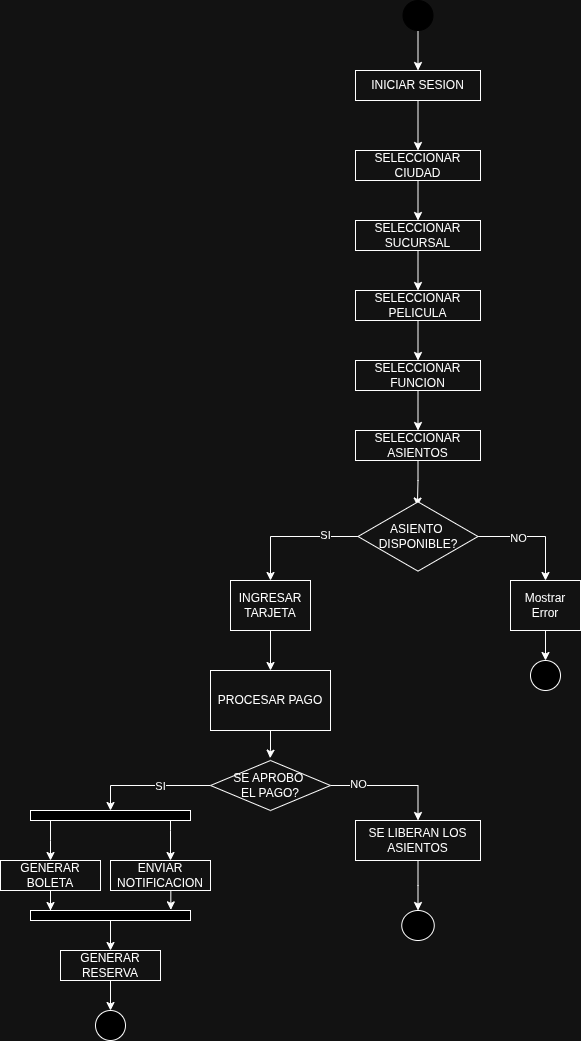
Above: Practica1/Doc/Diagramas_Actividades/DiagramaActividades.png in matiuuh/SA_PRACTICA_G10 (draw.io), before the change. Source tidied: cells renumbered, new cells last; positions are measured from the earlier drawing's top-left corner, leaving out a move shared by most shapes. Source of this version:
```xml
<mxGraphModel>
  <root>
    <mxCell id="0" />
    <mxCell id="1" parent="0" />
    <mxCell id="2" style="edgeStyle=orthogonalEdgeStyle;rounded=0;jettySize=auto;html=1;entryX=0.5;entryY=0;entryDx=0;entryDy=0;" parent="1" edge="1" source="3" target="5">
      <mxGeometry relative="1" as="geometry" />
    </mxCell>
    <mxCell id="3" style="ellipse;whiteSpace=wrap;html=1;fillColor=light-dark(#FFFFFF,#000000);strokeColor=light-dark(#FFFFFF,#000000);" parent="1" vertex="1">
      <mxGeometry x="402.5" width="30" height="30" as="geometry" />
    </mxCell>
    <mxCell id="4" style="edgeStyle=orthogonalEdgeStyle;rounded=0;jettySize=auto;html=1;entryX=0.5;entryY=0;entryDx=0;entryDy=0;" parent="1" edge="1" source="5" target="7">
      <mxGeometry relative="1" as="geometry" />
    </mxCell>
    <mxCell id="5" value="INICIAR SESION" style="rounded=0;whiteSpace=wrap;html=1;" parent="1" vertex="1">
      <mxGeometry x="355" y="70" width="125" height="30" as="geometry" />
    </mxCell>
    <mxCell id="6" style="edgeStyle=orthogonalEdgeStyle;rounded=0;jettySize=auto;html=1;" parent="1" edge="1" source="7" target="9">
      <mxGeometry relative="1" as="geometry" />
    </mxCell>
    <mxCell id="7" value="SELECCIONAR CIUDAD" style="whiteSpace=wrap;html=1;rounded=0;" parent="1" vertex="1">
      <mxGeometry x="355" y="150" width="125" height="30" as="geometry" />
    </mxCell>
    <mxCell id="8" style="edgeStyle=orthogonalEdgeStyle;rounded=0;jettySize=auto;html=1;" parent="1" edge="1" source="9" target="11">
      <mxGeometry relative="1" as="geometry" />
    </mxCell>
    <mxCell id="9" value="SELECCIONAR SUCURSAL" style="whiteSpace=wrap;html=1;rounded=0;" parent="1" vertex="1">
      <mxGeometry x="355" y="220" width="125" height="30" as="geometry" />
    </mxCell>
    <mxCell id="10" style="edgeStyle=orthogonalEdgeStyle;rounded=0;jettySize=auto;html=1;" parent="1" edge="1" source="11" target="13">
      <mxGeometry relative="1" as="geometry" />
    </mxCell>
    <mxCell id="11" value="SELECCIONAR PELICULA" style="whiteSpace=wrap;html=1;rounded=0;" parent="1" vertex="1">
      <mxGeometry x="355" y="290" width="125" height="30" as="geometry" />
    </mxCell>
    <mxCell id="12" style="edgeStyle=orthogonalEdgeStyle;rounded=0;jettySize=auto;html=1;" parent="1" edge="1" source="13" target="15">
      <mxGeometry relative="1" as="geometry" />
    </mxCell>
    <mxCell id="13" value="SELECCIONAR FUNCION" style="whiteSpace=wrap;html=1;rounded=0;" parent="1" vertex="1">
      <mxGeometry x="355" y="360" width="125" height="30" as="geometry" />
    </mxCell>
    <mxCell id="14" style="edgeStyle=orthogonalEdgeStyle;rounded=0;jettySize=auto;html=1;entryX=0.495;entryY=0.077;entryDx=0;entryDy=0;entryPerimeter=0;" parent="1" edge="1" source="15" target="20">
      <mxGeometry relative="1" as="geometry" />
    </mxCell>
    <mxCell id="15" value="SELECCIONAR ASIENTOS" style="whiteSpace=wrap;html=1;rounded=0;" parent="1" vertex="1">
      <mxGeometry x="355" y="430" width="125" height="30" as="geometry" />
    </mxCell>
    <mxCell id="16" style="edgeStyle=orthogonalEdgeStyle;rounded=0;jettySize=auto;html=1;" parent="1" edge="1" source="20" target="22">
      <mxGeometry relative="1" as="geometry" />
    </mxCell>
    <mxCell id="17" value="NO" style="edgeLabel;html=1;align=center;verticalAlign=middle;" parent="16" vertex="1">
      <mxGeometry x="-0.29" y="-2" relative="1" as="geometry" />
    </mxCell>
    <mxCell id="18" style="edgeStyle=orthogonalEdgeStyle;rounded=0;jettySize=auto;html=1;" parent="1" edge="1" source="20" target="25">
      <mxGeometry relative="1" as="geometry" />
    </mxCell>
    <mxCell id="19" value="SI" style="edgeLabel;html=1;align=center;verticalAlign=middle;" parent="18" vertex="1">
      <mxGeometry x="-0.51" y="-1" relative="1" as="geometry" />
    </mxCell>
    <mxCell id="20" value="ASIENTO&amp;nbsp;&lt;div&gt;DISPONIBLE?&lt;/div&gt;" style="html=1;whiteSpace=wrap;shape=isoRectangle;" parent="1" vertex="1">
      <mxGeometry x="357.5" y="500" width="120" height="72" as="geometry" />
    </mxCell>
    <mxCell id="21" style="edgeStyle=orthogonalEdgeStyle;rounded=0;jettySize=auto;html=1;exitX=0.5;exitY=1;exitDx=0;exitDy=0;entryX=0.5;entryY=0;entryDx=0;entryDy=0;" parent="1" edge="1" source="22" target="23">
      <mxGeometry relative="1" as="geometry" />
    </mxCell>
    <mxCell id="22" value="Mostrar Error" style="whiteSpace=wrap;html=1;" parent="1" vertex="1">
      <mxGeometry x="510" y="580" width="70" height="50" as="geometry" />
    </mxCell>
    <mxCell id="23" style="ellipse;whiteSpace=wrap;html=1;fillColor=light-dark(#FFFFFF,#000000);strokeColor=light-dark(#FFFFFF,#FFFFFF);" parent="1" vertex="1">
      <mxGeometry x="530" y="660" width="30" height="30" as="geometry" />
    </mxCell>
    <mxCell id="24" style="edgeStyle=orthogonalEdgeStyle;rounded=0;jettySize=auto;html=1;" parent="1" edge="1" source="25" target="26">
      <mxGeometry relative="1" as="geometry" />
    </mxCell>
    <mxCell id="25" value="INGRESAR TARJETA" style="whiteSpace=wrap;html=1;" parent="1" vertex="1">
      <mxGeometry x="230" y="580" width="80" height="50" as="geometry" />
    </mxCell>
    <mxCell id="26" value="PROCESAR PAGO" style="whiteSpace=wrap;html=1;" parent="1" vertex="1">
      <mxGeometry x="210" y="670" width="120" height="60" as="geometry" />
    </mxCell>
    <mxCell id="27" style="edgeStyle=orthogonalEdgeStyle;rounded=0;jettySize=auto;html=1;" parent="1" edge="1" source="31" target="34">
      <mxGeometry relative="1" as="geometry">
        <Array as="points">
          <mxPoint x="110" y="785" />
        </Array>
      </mxGeometry>
    </mxCell>
    <mxCell id="28" value="SI" style="edgeLabel;html=1;align=center;verticalAlign=middle;" parent="27" vertex="1">
      <mxGeometry x="-0.19" y="1" relative="1" as="geometry" />
    </mxCell>
    <mxCell id="29" style="edgeStyle=orthogonalEdgeStyle;rounded=0;jettySize=auto;html=1;" parent="1" edge="1" source="31" target="44">
      <mxGeometry relative="1" as="geometry" />
    </mxCell>
    <mxCell id="30" value="NO" style="edgeLabel;html=1;align=center;verticalAlign=middle;" parent="29" vertex="1">
      <mxGeometry x="-0.55" y="1" relative="1" as="geometry" />
    </mxCell>
    <mxCell id="31" value="SE APROBO&amp;nbsp;&lt;div&gt;EL PAGO?&lt;/div&gt;" style="rhombus;whiteSpace=wrap;html=1;" parent="1" vertex="1">
      <mxGeometry x="210" y="760" width="120" height="50" as="geometry" />
    </mxCell>
    <mxCell id="32" style="edgeStyle=orthogonalEdgeStyle;rounded=0;jettySize=auto;html=1;entryX=0.497;entryY=-0.047;entryDx=0;entryDy=0;entryPerimeter=0;" parent="1" edge="1" source="26" target="31">
      <mxGeometry relative="1" as="geometry" />
    </mxCell>
    <mxCell id="33" style="edgeStyle=orthogonalEdgeStyle;rounded=0;jettySize=auto;html=1;entryX=0.5;entryY=0;entryDx=0;entryDy=0;" parent="1" edge="1" source="34" target="35">
      <mxGeometry relative="1" as="geometry">
        <Array as="points">
          <mxPoint x="50" y="840" />
          <mxPoint x="50" y="840" />
        </Array>
      </mxGeometry>
    </mxCell>
    <mxCell id="34" style="whiteSpace=wrap;html=1;fillColor=light-dark(#FFFFFF,#000000);" parent="1" vertex="1">
      <mxGeometry x="30" y="810" width="160" height="10" as="geometry" />
    </mxCell>
    <mxCell id="35" value="GENERAR BOLETA" style="rounded=0;whiteSpace=wrap;html=1;" parent="1" vertex="1">
      <mxGeometry y="860" width="100" height="30" as="geometry" />
    </mxCell>
    <mxCell id="36" value="ENVIAR NOTIFICACION" style="rounded=0;whiteSpace=wrap;html=1;" parent="1" vertex="1">
      <mxGeometry x="110" y="860" width="100" height="30" as="geometry" />
    </mxCell>
    <mxCell id="37" style="edgeStyle=orthogonalEdgeStyle;rounded=0;jettySize=auto;html=1;entryX=0.6;entryY=0;entryDx=0;entryDy=0;entryPerimeter=0;" parent="1" edge="1" source="34" target="36">
      <mxGeometry relative="1" as="geometry">
        <Array as="points">
          <mxPoint x="170" y="830" />
          <mxPoint x="170" y="830" />
        </Array>
      </mxGeometry>
    </mxCell>
    <mxCell id="38" style="edgeStyle=orthogonalEdgeStyle;rounded=0;jettySize=auto;html=1;entryX=0.5;entryY=0;entryDx=0;entryDy=0;" parent="1" edge="1" source="39" target="47">
      <mxGeometry relative="1" as="geometry" />
    </mxCell>
    <mxCell id="39" style="whiteSpace=wrap;html=1;fillColor=light-dark(#FFFFFF,#000000);" parent="1" vertex="1">
      <mxGeometry x="30" y="910" width="160" height="10" as="geometry" />
    </mxCell>
    <mxCell id="40" style="edgeStyle=orthogonalEdgeStyle;rounded=0;jettySize=auto;html=1;entryX=0.125;entryY=0;entryDx=0;entryDy=0;entryPerimeter=0;" parent="1" edge="1" source="35" target="39">
      <mxGeometry relative="1" as="geometry" />
    </mxCell>
    <mxCell id="41" style="edgeStyle=orthogonalEdgeStyle;rounded=0;jettySize=auto;html=1;entryX=0.877;entryY=-0.067;entryDx=0;entryDy=0;entryPerimeter=0;" parent="1" edge="1" source="36" target="39">
      <mxGeometry relative="1" as="geometry">
        <Array as="points">
          <mxPoint x="170" y="910" />
        </Array>
      </mxGeometry>
    </mxCell>
    <mxCell id="42" style="ellipse;whiteSpace=wrap;html=1;fillColor=light-dark(#FFFFFF,#000000);" parent="1" vertex="1">
      <mxGeometry x="95" y="1010" width="30" height="30" as="geometry" />
    </mxCell>
    <mxCell id="43" style="edgeStyle=orthogonalEdgeStyle;rounded=0;jettySize=auto;html=1;" parent="1" edge="1" source="44" target="45">
      <mxGeometry relative="1" as="geometry" />
    </mxCell>
    <mxCell id="44" value="SE LIBERAN LOS ASIENTOS" style="whiteSpace=wrap;html=1;" parent="1" vertex="1">
      <mxGeometry x="355" y="820" width="125" height="40" as="geometry" />
    </mxCell>
    <mxCell id="45" style="ellipse;whiteSpace=wrap;html=1;fillColor=light-dark(#FFFFFF,#000000);" parent="1" vertex="1">
      <mxGeometry x="401.2" y="910" width="32.5" height="30" as="geometry" />
    </mxCell>
    <mxCell id="46" style="edgeStyle=orthogonalEdgeStyle;rounded=0;jettySize=auto;html=1;entryX=0.5;entryY=0;entryDx=0;entryDy=0;" parent="1" edge="1" source="47" target="42">
      <mxGeometry relative="1" as="geometry" />
    </mxCell>
    <mxCell id="47" value="GENERAR RESERVA" style="rounded=0;whiteSpace=wrap;html=1;" parent="1" vertex="1">
      <mxGeometry x="60" y="950" width="100" height="30" as="geometry" />
    </mxCell>
  </root>
</mxGraphModel>
```
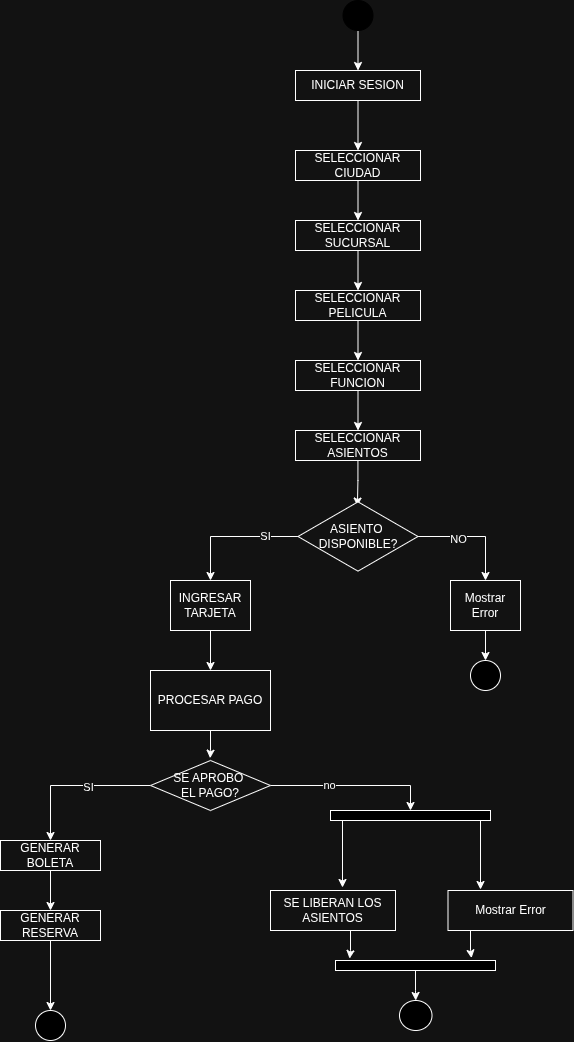
The same diagram one commit later.

Commit message:
docs:202102771:Diagrama Corregido

What changed in the source:
```diff
@@ -77,7 +77,7 @@
     <mxCell id="26" value="PROCESAR PAGO" style="whiteSpace=wrap;html=1;" parent="1" vertex="1">
       <mxGeometry x="210" y="670" width="120" height="60" as="geometry" />
     </mxCell>
-    <mxCell id="27" style="edgeStyle=orthogonalEdgeStyle;rounded=0;jettySize=auto;html=1;" parent="1" edge="1" source="31" target="34">
+    <mxCell id="27" style="edgeStyle=orthogonalEdgeStyle;rounded=0;jettySize=auto;html=1;entryX=0.5;entryY=0;entryDx=0;entryDy=0;" parent="1" edge="1" source="31" target="35">
       <mxGeometry relative="1" as="geometry">
         <Array as="points">
           <mxPoint x="110" y="785" />
@@ -87,76 +87,83 @@
     <mxCell id="28" value="SI" style="edgeLabel;html=1;align=center;verticalAlign=middle;" parent="27" vertex="1">
       <mxGeometry x="-0.19" y="1" relative="1" as="geometry" />
     </mxCell>
-    <mxCell id="29" style="edgeStyle=orthogonalEdgeStyle;rounded=0;jettySize=auto;html=1;" parent="1" edge="1" source="31" target="44">
-      <mxGeometry relative="1" as="geometry" />
-    </mxCell>
-    <mxCell id="30" value="NO" style="edgeLabel;html=1;align=center;verticalAlign=middle;" parent="29" vertex="1">
-      <mxGeometry x="-0.55" y="1" relative="1" as="geometry" />
-    </mxCell>
+    <mxCell id="48" style="edgeStyle=orthogonalEdgeStyle;rounded=0;jettySize=auto;html=1;exitX=1;exitY=0.5;exitDx=0;exitDy=0;entryX=0.5;entryY=0;entryDx=0;entryDy=0;" parent="1" edge="1" source="31" target="50">
+      <mxGeometry relative="1" as="geometry" />
+    </mxCell>
+    <mxCell id="49" value="no" style="edgeLabel;html=1;align=center;verticalAlign=middle;" parent="48" vertex="1">
+      <mxGeometry x="-0.3" y="1" relative="1" as="geometry" />
+    </mxCell>
     <mxCell id="31" value="SE APROBO&amp;nbsp;&lt;div&gt;EL PAGO?&lt;/div&gt;" style="rhombus;whiteSpace=wrap;html=1;" parent="1" vertex="1">
       <mxGeometry x="210" y="760" width="120" height="50" as="geometry" />
     </mxCell>
     <mxCell id="32" style="edgeStyle=orthogonalEdgeStyle;rounded=0;jettySize=auto;html=1;entryX=0.497;entryY=-0.047;entryDx=0;entryDy=0;entryPerimeter=0;" parent="1" edge="1" source="26" target="31">
       <mxGeometry relative="1" as="geometry" />
     </mxCell>
-    <mxCell id="33" style="edgeStyle=orthogonalEdgeStyle;rounded=0;jettySize=auto;html=1;entryX=0.5;entryY=0;entryDx=0;entryDy=0;" parent="1" edge="1" source="34" target="35">
-      <mxGeometry relative="1" as="geometry">
-        <Array as="points">
-          <mxPoint x="50" y="840" />
-          <mxPoint x="50" y="840" />
-        </Array>
-      </mxGeometry>
-    </mxCell>
-    <mxCell id="34" style="whiteSpace=wrap;html=1;fillColor=light-dark(#FFFFFF,#000000);" parent="1" vertex="1">
-      <mxGeometry x="30" y="810" width="160" height="10" as="geometry" />
-    </mxCell>
     <mxCell id="35" value="GENERAR BOLETA" style="rounded=0;whiteSpace=wrap;html=1;" parent="1" vertex="1">
-      <mxGeometry y="860" width="100" height="30" as="geometry" />
+      <mxGeometry x="60" y="840" width="100" height="30" as="geometry" />
     </mxCell>
-    <mxCell id="36" value="ENVIAR NOTIFICACION" style="rounded=0;whiteSpace=wrap;html=1;" parent="1" vertex="1">
-      <mxGeometry x="110" y="860" width="100" height="30" as="geometry" />
-    </mxCell>
-    <mxCell id="37" style="edgeStyle=orthogonalEdgeStyle;rounded=0;jettySize=auto;html=1;entryX=0.6;entryY=0;entryDx=0;entryDy=0;entryPerimeter=0;" parent="1" edge="1" source="34" target="36">
-      <mxGeometry relative="1" as="geometry">
-        <Array as="points">
-          <mxPoint x="170" y="830" />
-          <mxPoint x="170" y="830" />
-        </Array>
-      </mxGeometry>
-    </mxCell>
-    <mxCell id="38" style="edgeStyle=orthogonalEdgeStyle;rounded=0;jettySize=auto;html=1;entryX=0.5;entryY=0;entryDx=0;entryDy=0;" parent="1" edge="1" source="39" target="47">
+    <mxCell id="38" style="edgeStyle=orthogonalEdgeStyle;rounded=0;jettySize=auto;html=1;entryX=0.5;entryY=0;entryDx=0;entryDy=0;exitX=0.5;exitY=1;exitDx=0;exitDy=0;" parent="1" edge="1" source="35" target="47">
       <mxGeometry relative="1" as="geometry" />
     </mxCell>
-    <mxCell id="39" style="whiteSpace=wrap;html=1;fillColor=light-dark(#FFFFFF,#000000);" parent="1" vertex="1">
-      <mxGeometry x="30" y="910" width="160" height="10" as="geometry" />
-    </mxCell>
-    <mxCell id="40" style="edgeStyle=orthogonalEdgeStyle;rounded=0;jettySize=auto;html=1;entryX=0.125;entryY=0;entryDx=0;entryDy=0;entryPerimeter=0;" parent="1" edge="1" source="35" target="39">
-      <mxGeometry relative="1" as="geometry" />
-    </mxCell>
-    <mxCell id="41" style="edgeStyle=orthogonalEdgeStyle;rounded=0;jettySize=auto;html=1;entryX=0.877;entryY=-0.067;entryDx=0;entryDy=0;entryPerimeter=0;" parent="1" edge="1" source="36" target="39">
-      <mxGeometry relative="1" as="geometry">
-        <Array as="points">
-          <mxPoint x="170" y="910" />
-        </Array>
-      </mxGeometry>
-    </mxCell>
     <mxCell id="42" style="ellipse;whiteSpace=wrap;html=1;fillColor=light-dark(#FFFFFF,#000000);" parent="1" vertex="1">
       <mxGeometry x="95" y="1010" width="30" height="30" as="geometry" />
     </mxCell>
-    <mxCell id="43" style="edgeStyle=orthogonalEdgeStyle;rounded=0;jettySize=auto;html=1;" parent="1" edge="1" source="44" target="45">
-      <mxGeometry relative="1" as="geometry" />
-    </mxCell>
     <mxCell id="44" value="SE LIBERAN LOS ASIENTOS" style="whiteSpace=wrap;html=1;" parent="1" vertex="1">
-      <mxGeometry x="355" y="820" width="125" height="40" as="geometry" />
+      <mxGeometry x="330" y="890" width="125" height="40" as="geometry" />
     </mxCell>
     <mxCell id="45" style="ellipse;whiteSpace=wrap;html=1;fillColor=light-dark(#FFFFFF,#000000);" parent="1" vertex="1">
-      <mxGeometry x="401.2" y="910" width="32.5" height="30" as="geometry" />
+      <mxGeometry x="459" y="1000" width="32.5" height="30" as="geometry" />
     </mxCell>
     <mxCell id="46" style="edgeStyle=orthogonalEdgeStyle;rounded=0;jettySize=auto;html=1;entryX=0.5;entryY=0;entryDx=0;entryDy=0;" parent="1" edge="1" source="47" target="42">
       <mxGeometry relative="1" as="geometry" />
     </mxCell>
     <mxCell id="47" value="GENERAR RESERVA" style="rounded=0;whiteSpace=wrap;html=1;" parent="1" vertex="1">
-      <mxGeometry x="60" y="950" width="100" height="30" as="geometry" />
+      <mxGeometry x="60" y="910" width="100" height="30" as="geometry" />
     </mxCell>
+    <mxCell id="50" style="whiteSpace=wrap;html=1;fillColor=light-dark(#FFFFFF,#000000);" parent="1" vertex="1">
+      <mxGeometry x="390" y="810" width="160" height="10" as="geometry" />
+    </mxCell>
+    <mxCell id="51" style="edgeStyle=orthogonalEdgeStyle;rounded=0;jettySize=auto;html=1;" parent="1" edge="1" source="50">
+      <mxGeometry relative="1" as="geometry">
+        <mxPoint x="401" y="887" as="targetPoint" />
+        <Array as="points">
+          <mxPoint x="402" y="887" />
+          <mxPoint x="401" y="887" />
+        </Array>
+      </mxGeometry>
+    </mxCell>
+    <mxCell id="52" value="Mostrar Error" style="whiteSpace=wrap;html=1;" parent="1" vertex="1">
+      <mxGeometry x="507.5" y="890" width="125" height="40" as="geometry" />
+    </mxCell>
+    <mxCell id="53" style="edgeStyle=orthogonalEdgeStyle;rounded=0;jettySize=auto;html=1;" parent="1" edge="1" source="50">
+      <mxGeometry relative="1" as="geometry">
+        <mxPoint x="540" y="890" as="targetPoint" />
+        <Array as="points">
+          <mxPoint x="540" y="889" />
+        </Array>
+      </mxGeometry>
+    </mxCell>
+    <mxCell id="54" style="edgeStyle=orthogonalEdgeStyle;rounded=0;jettySize=auto;html=1;entryX=0.5;entryY=0;entryDx=0;entryDy=0;" parent="1" edge="1" source="55" target="45">
+      <mxGeometry relative="1" as="geometry" />
+    </mxCell>
+    <mxCell id="55" style="whiteSpace=wrap;html=1;fillColor=light-dark(#FFFFFF,#000000);" parent="1" vertex="1">
+      <mxGeometry x="395" y="960" width="160" height="10" as="geometry" />
+    </mxCell>
+    <mxCell id="56" style="edgeStyle=orthogonalEdgeStyle;rounded=0;jettySize=auto;html=1;entryX=0.088;entryY=-0.195;entryDx=0;entryDy=0;entryPerimeter=0;" parent="1" edge="1" source="44" target="55">
+      <mxGeometry relative="1" as="geometry">
+        <Array as="points">
+          <mxPoint x="410" y="950" />
+          <mxPoint x="409" y="950" />
+        </Array>
+      </mxGeometry>
+    </mxCell>
+    <mxCell id="57" style="edgeStyle=orthogonalEdgeStyle;rounded=0;jettySize=auto;html=1;entryX=0.85;entryY=-0.243;entryDx=0;entryDy=0;entryPerimeter=0;" parent="1" edge="1" source="52" target="55">
+      <mxGeometry relative="1" as="geometry">
+        <Array as="points">
+          <mxPoint x="530" y="950" />
+          <mxPoint x="531" y="950" />
+        </Array>
+      </mxGeometry>
+    </mxCell>
   </root>
 </mxGraphModel>
```
